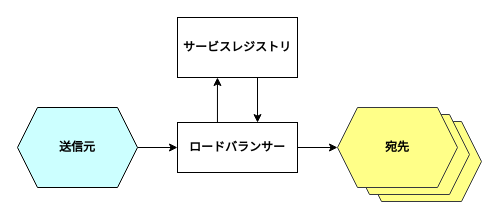
hiroki-it/tech-notebook_old keeps this draw.io diagram as page "service-discovery-pattern_server-side" (5 of 12) of images/service-discovery_istio.drawio. Above is the earlier version. Source tidied: cells renumbered, new cells numbered last; positions are measured from the earlier drawing's top-left corner, leaving out a move shared by most shapes. Both pictures are drawn from the tidied source at 100%, with x=0, y=0 at pixel (17, 17).
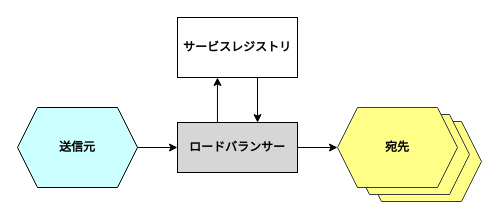
Above is the later version.

Diff of the diagram source:
```diff
@@
 <mxGraphModel>
   <root>
     <mxCell id="0" />
     <mxCell id="1" parent="0" />
     <mxCell id="2" value="&lt;b&gt;サービスレジストリ&lt;/b&gt;" style="rounded=0;whiteSpace=wrap;html=1;" parent="1" vertex="1">
       <mxGeometry x="160" width="120" height="60" as="geometry" />
     </mxCell>
     <mxCell id="3" style="edgeStyle=orthogonalEdgeStyle;rounded=0;jettySize=auto;html=1;fontFamily=Helvetica;fontSize=9;fontColor=default;" parent="1" edge="1" source="4" target="6">
       <mxGeometry relative="1" as="geometry" />
     </mxCell>
     <mxCell id="4" value="&lt;b&gt;送信元&lt;br&gt;&lt;/b&gt;" style="shape=hexagon;perimeter=hexagonPerimeter2;whiteSpace=wrap;html=1;fixedSize=1;fillColor=#CCFFFF;strokeColor=default;" parent="1" vertex="1">
       <mxGeometry y="90" width="120" height="80" as="geometry" />
     </mxCell>
     <mxCell id="5" style="edgeStyle=orthogonalEdgeStyle;rounded=0;jettySize=auto;html=1;fontFamily=Helvetica;fontSize=9;fontColor=default;entryX=0;entryY=0.5;entryDx=0;entryDy=0;" parent="1" edge="1" source="6" target="12">
       <mxGeometry relative="1" as="geometry" />
     </mxCell>
-    <mxCell id="6" value="&lt;b&gt;ロードバランサー&lt;br&gt;&lt;/b&gt;" style="rounded=0;whiteSpace=wrap;html=1;" parent="1" vertex="1">
+    <mxCell id="6" value="&lt;b&gt;ロードバランサー&lt;br&gt;&lt;/b&gt;" style="rounded=0;whiteSpace=wrap;html=1;labelBackgroundColor=none;fillColor=#D6D6D6;" parent="1" vertex="1">
       <mxGeometry x="160" y="105" width="120" height="50" as="geometry" />
     </mxCell>
     <mxCell id="7" style="endArrow=classic;html=1;rounded=0;fontFamily=Helvetica;fontSize=9;fontColor=default;entryX=0.333;entryY=1;entryDx=0;entryDy=0;entryPerimeter=0;exitX=0.333;exitY=0.004;exitDx=0;exitDy=0;exitPerimeter=0;" parent="1" edge="1" source="6" target="2">
       <mxGeometry relative="1" as="geometry" />
     </mxCell>
     <mxCell id="8" style="endArrow=classic;html=1;rounded=0;fontFamily=Helvetica;fontSize=9;fontColor=default;entryX=0.667;entryY=0.002;entryDx=0;entryDy=0;entryPerimeter=0;exitX=0.333;exitY=0.004;exitDx=0;exitDy=0;exitPerimeter=0;" parent="1" edge="1" target="6">
       <mxGeometry relative="1" as="geometry">
         <mxPoint x="240" y="60" as="sourcePoint" />
       </mxGeometry>
     </mxCell>
     <mxCell id="9" style="group;" parent="1" vertex="1">
       <mxGeometry x="320" y="90" width="145" height="97" as="geometry" />
     </mxCell>
     <mxCell id="10" style="shape=hexagon;perimeter=hexagonPerimeter2;whiteSpace=wrap;html=1;fixedSize=1;fillColor=#ffff88;strokeColor=#36393d;" parent="9" vertex="1">
       <mxGeometry x="24" y="14" width="120" height="80" as="geometry" />
     </mxCell>
     <mxCell id="11" style="shape=hexagon;perimeter=hexagonPerimeter2;whiteSpace=wrap;html=1;fixedSize=1;fillColor=#ffff88;strokeColor=#36393d;" parent="9" vertex="1">
       <mxGeometry x="12" y="7" width="120" height="80" as="geometry" />
     </mxCell>
     <mxCell id="12" value="&lt;b&gt;宛先&lt;br&gt;&lt;/b&gt;" style="shape=hexagon;perimeter=hexagonPerimeter2;whiteSpace=wrap;html=1;fixedSize=1;fillColor=#ffff88;strokeColor=#36393d;" parent="9" vertex="1">
       <mxGeometry width="120" height="80" as="geometry" />
     </mxCell>
   </root>
 </mxGraphModel>
```
